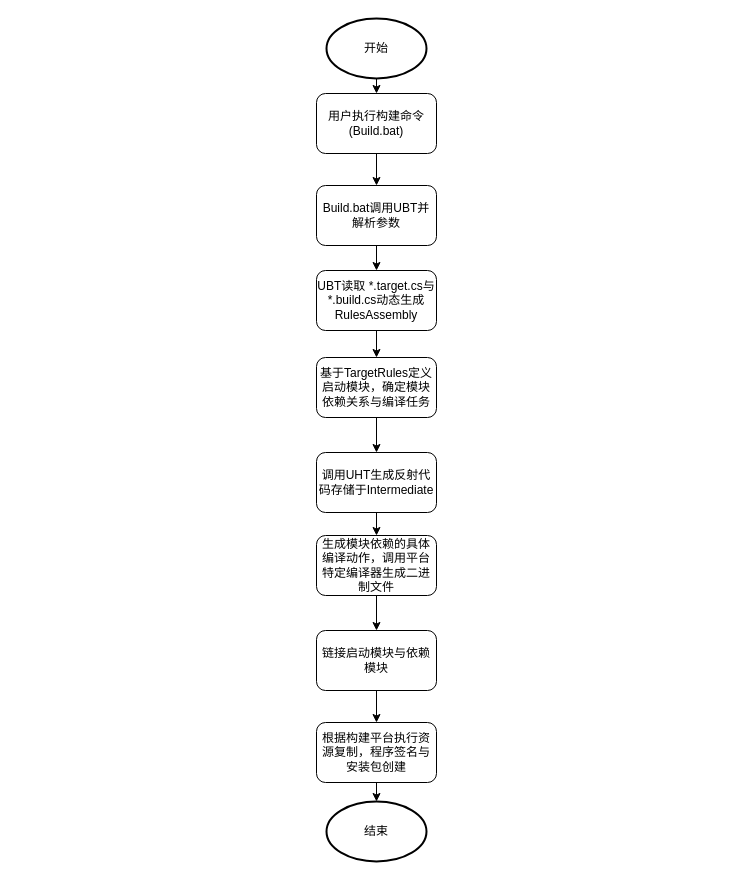
xiqiniu/xiqiniu.github.io keeps this draw.io diagram as UBT构建流程.drawio. Above is the earlier version. Source tidied: cells renumbered, new cells numbered last; positions are measured from the earlier drawing's top-left corner, leaving out a move shared by most shapes. Both pictures are drawn from the tidied source at 100%, with x=0, y=0 at pixel (316, 18).
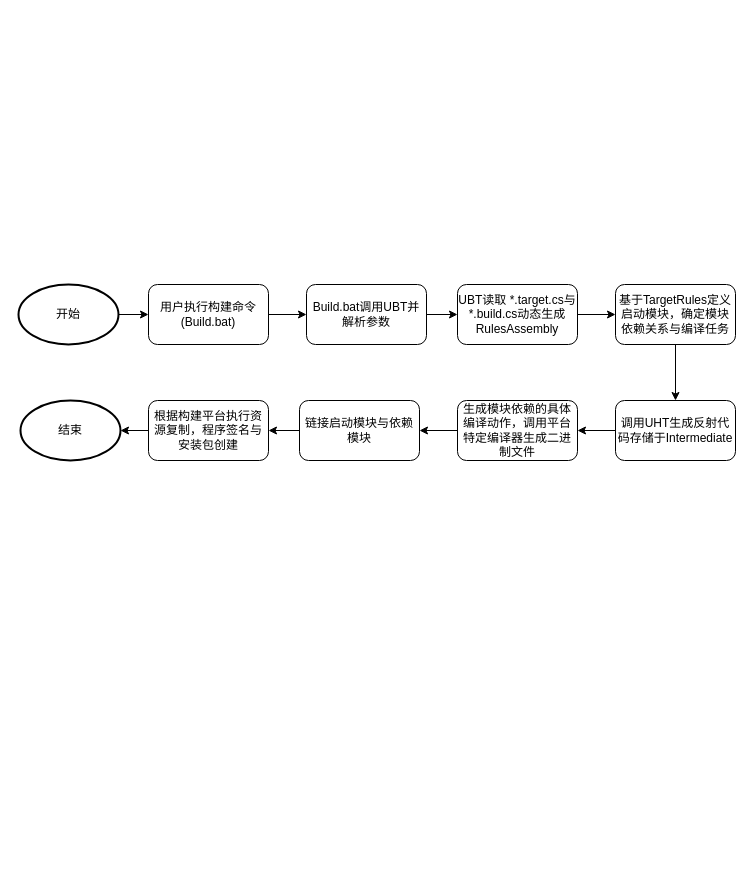
After the change.

Commit message:
更新UBT构建流程.drawio

Diff of the diagram source:
```diff
@@
     <mxCell id="2" value="开始" style="strokeWidth=2;html=1;shape=mxgraph.flowchart.start_1;whiteSpace=wrap;" parent="1" vertex="1">
-      <mxGeometry x="10" width="100" height="60" as="geometry" />
+      <mxGeometry x="-298" y="266" width="100" height="60" as="geometry" />
     </mxCell>
-    <mxCell id="3" style="endArrow=classic;html=1;rounded=0;exitX=0.5;exitY=1;exitDx=0;exitDy=0;exitPerimeter=0;" parent="1" edge="1" source="2" target="5">
+    <mxCell id="3" style="endArrow=classic;html=1;rounded=0;exitX=1;exitY=0.5;exitDx=0;exitDy=0;exitPerimeter=0;" parent="1" edge="1" source="2" target="5">
       <mxGeometry relative="1" as="geometry" />
     </mxCell>
@@
     <mxCell id="5" value="用户执行构建命令(Build.bat)" style="rounded=1;whiteSpace=wrap;html=1;" parent="1" vertex="1">
-      <mxGeometry y="75" width="120" height="60" as="geometry" />
+      <mxGeometry x="-168" y="266" width="120" height="60" as="geometry" />
     </mxCell>
@@
     <mxCell id="7" value="Build.bat调用UBT并解析参数" style="whiteSpace=wrap;html=1;rounded=1;" parent="1" vertex="1">
-      <mxGeometry y="167" width="120" height="60" as="geometry" />
+      <mxGeometry x="-10" y="266" width="120" height="60" as="geometry" />
     </mxCell>
@@
     <mxCell id="9" value="UBT读取 *.target.cs与*.build.cs动态生成RulesAssembly" style="whiteSpace=wrap;html=1;rounded=1;" parent="1" vertex="1">
-      <mxGeometry y="252" width="120" height="60" as="geometry" />
+      <mxGeometry x="141" y="266" width="120" height="60" as="geometry" />
     </mxCell>
@@
     <mxCell id="11" value="基于TargetRules定义启动模块，确定模块依赖关系与编译任务" style="whiteSpace=wrap;html=1;rounded=1;" parent="1" vertex="1">
-      <mxGeometry y="339" width="120" height="60" as="geometry" />
+      <mxGeometry x="299" y="266" width="120" height="60" as="geometry" />
     </mxCell>
@@
     <mxCell id="13" value="调用UHT生成反射代码存储于Intermediate" style="whiteSpace=wrap;html=1;rounded=1;" parent="1" vertex="1">
-      <mxGeometry y="434" width="120" height="60" as="geometry" />
+      <mxGeometry x="299" y="382" width="120" height="60" as="geometry" />
     </mxCell>
@@
     <mxCell id="15" value="生成模块依赖的具体编译动作，调用平台特定编译器生成二进制文件" style="rounded=1;whiteSpace=wrap;html=1;" parent="1" vertex="1">
-      <mxGeometry y="517" width="120" height="60" as="geometry" />
+      <mxGeometry x="141" y="382" width="120" height="60" as="geometry" />
     </mxCell>
@@
     <mxCell id="17" value="链接启动模块与依赖模块" style="rounded=1;whiteSpace=wrap;html=1;" parent="1" vertex="1">
-      <mxGeometry y="612" width="120" height="60" as="geometry" />
+      <mxGeometry x="-17" y="382" width="120" height="60" as="geometry" />
     </mxCell>
+    <mxCell id="20" style="edgeStyle=orthogonalEdgeStyle;rounded=0;jettySize=auto;html=1;" parent="1" edge="1" source="18" target="19">
+      <mxGeometry relative="1" as="geometry" />
+    </mxCell>
     <mxCell id="18" value="根据构建平台执行资源复制，程序签名与安装包创建" style="whiteSpace=wrap;html=1;rounded=1;" parent="1" vertex="1">
-      <mxGeometry y="704" width="120" height="60" as="geometry" />
+      <mxGeometry x="-168" y="382" width="120" height="60" as="geometry" />
     </mxCell>
     <mxCell id="19" value="结束" style="strokeWidth=2;html=1;shape=mxgraph.flowchart.start_1;whiteSpace=wrap;" parent="1" vertex="1">
-      <mxGeometry x="10" y="783" width="100" height="60" as="geometry" />
+      <mxGeometry x="-296" y="382" width="100" height="60" as="geometry" />
     </mxCell>
-    <mxCell id="20" style="edgeStyle=orthogonalEdgeStyle;rounded=0;jettySize=auto;html=1;exitX=0.5;exitY=1;exitDx=0;exitDy=0;entryX=0.5;entryY=0;entryDx=0;entryDy=0;entryPerimeter=0;" parent="1" edge="1" source="18" target="19">
-      <mxGeometry relative="1" as="geometry" />
-    </mxCell>
```
